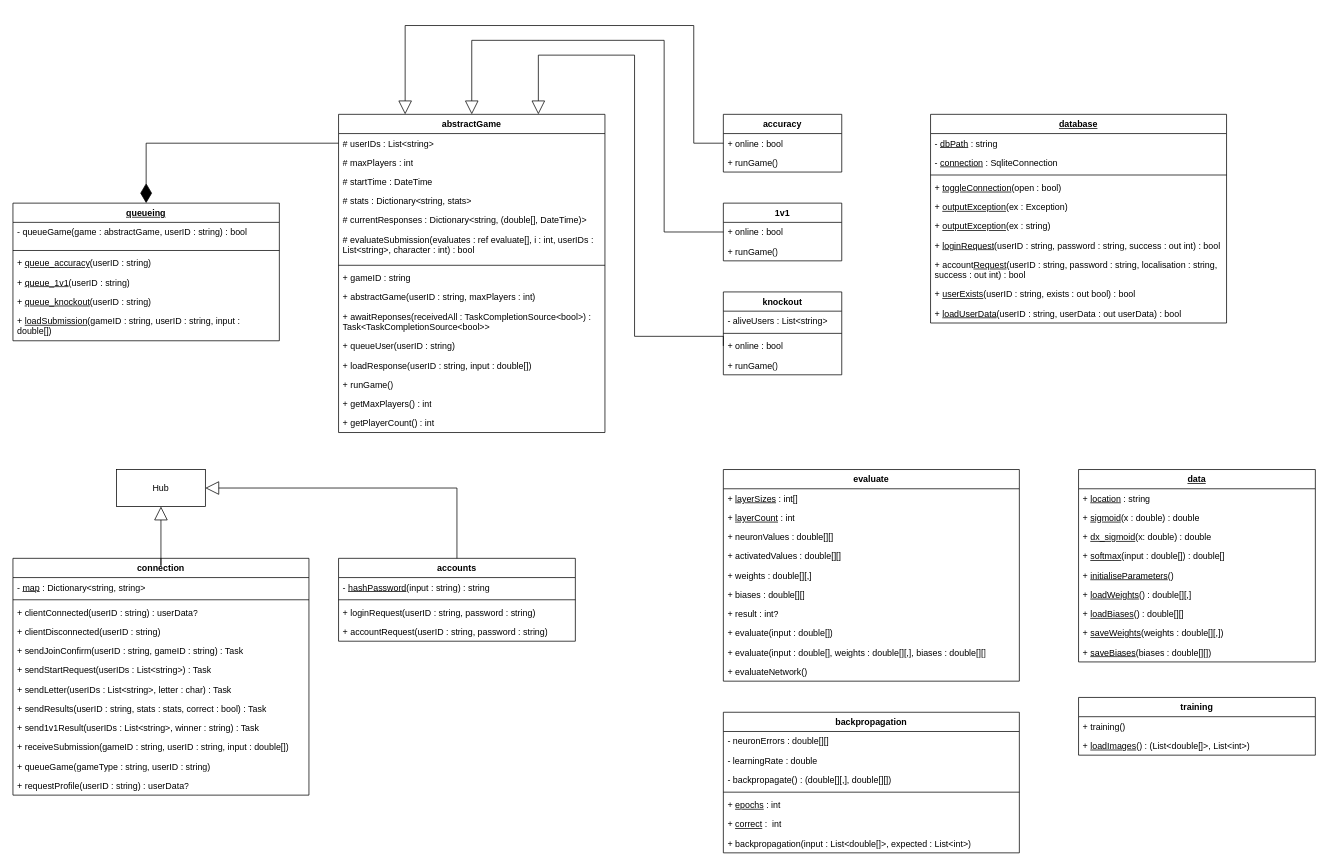
Earlier version of the draw.io diagram server-app/server-app/databases/server-class-diagram.drawio (naiquire/cs-nea). Source tidied: cells renumbered, new cells numbered last; positions are measured from the earlier drawing's top-left corner, leaving out a move shared by most shapes. Both pictures are drawn from the tidied source at 74%, with x=0, y=0 at pixel (13, 25).
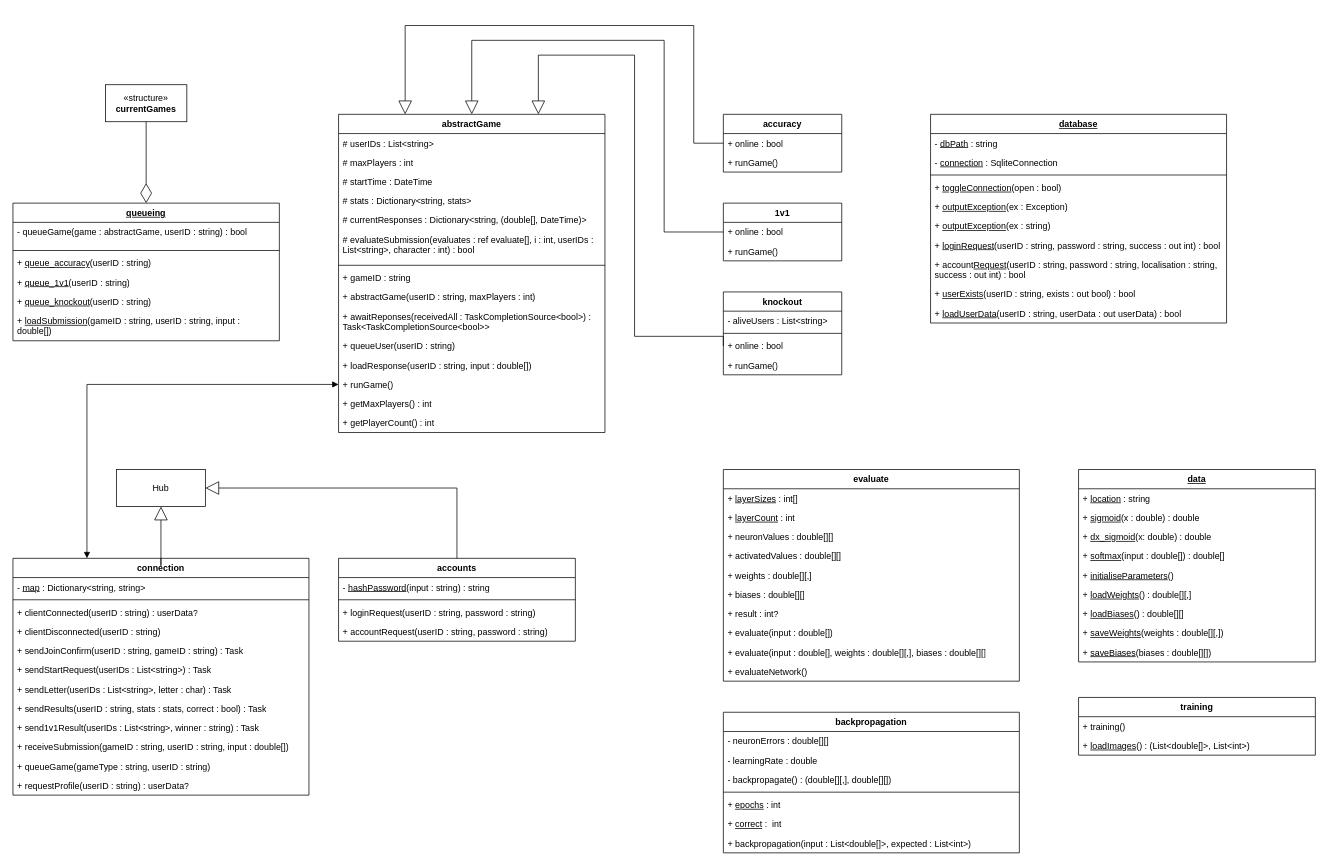
The same page after the edit.

Unchanged cells that the change refers to:
```xml
<mxCell id="3" value="# userIDs : List&amp;lt;string&amp;gt;" style="text;strokeColor=none;fillColor=none;align=left;verticalAlign=top;spacingLeft=4;spacingRight=4;overflow=hidden;points=[[0,0.5],[1,0.5]];portConstraint=eastwest;whiteSpace=wrap;html=1;" parent="2" vertex="1">
  <mxGeometry y="26" width="360" height="26" as="geometry" />
</mxCell>
<mxCell id="15" value="+ runGame()" style="text;strokeColor=none;fillColor=none;align=left;verticalAlign=top;spacingLeft=4;spacingRight=4;overflow=hidden;points=[[0,0.5],[1,0.5]];portConstraint=eastwest;whiteSpace=wrap;html=1;" parent="2" vertex="1">
  <mxGeometry y="352" width="360" height="26" as="geometry" />
</mxCell>
<mxCell id="38" value="connection" style="swimlane;fontStyle=1;align=center;verticalAlign=top;horizontal=1;startSize=26;whiteSpace=wrap;html=1;" parent="1" vertex="1">
  <mxGeometry y="720" width="400" height="320" as="geometry" />
</mxCell>
<mxCell id="96" value="&lt;u&gt;queueing&lt;/u&gt;" style="swimlane;fontStyle=1;align=center;verticalAlign=top;horizontal=1;startSize=26;whiteSpace=wrap;html=1;" parent="1" vertex="1">
  <mxGeometry y="240" width="360" height="186" as="geometry" />
</mxCell>
```

What changed in the source:
```diff
@@
-    <mxCell id="103" style="endArrow=diamondThin;endFill=1;endSize=24;html=1;rounded=0;fontSize=12;entryX=0.5;entryY=0;entryDx=0;entryDy=0;exitX=0;exitY=0.5;exitDx=0;exitDy=0;edgeStyle=orthogonalEdgeStyle;" parent="1" edge="1" source="3" target="96">
-      <mxGeometry relative="1" as="geometry">
-        <Array as="points">
-          <mxPoint x="180" y="159" />
-        </Array>
-      </mxGeometry>
-    </mxCell>
+    <mxCell id="104" value="«structure»&lt;br&gt;&lt;b&gt;currentGames&lt;/b&gt;" style="html=1;whiteSpace=wrap;" parent="1" vertex="1">
+      <mxGeometry x="125" y="80" width="110" height="50" as="geometry" />
+    </mxCell>
+    <mxCell id="105" style="endArrow=block;startArrow=block;endFill=1;startFill=1;html=1;rounded=0;exitX=0.25;exitY=0;exitDx=0;exitDy=0;entryX=0;entryY=0.5;entryDx=0;entryDy=0;edgeStyle=orthogonalEdgeStyle;" parent="1" edge="1" source="38" target="15">
+      <mxGeometry relative="1" as="geometry" />
+    </mxCell>
+    <mxCell id="106" style="endArrow=diamondThin;endFill=0;endSize=24;html=1;rounded=0;exitX=0.5;exitY=1;exitDx=0;exitDy=0;entryX=0.5;entryY=0;entryDx=0;entryDy=0;" parent="1" edge="1" source="104" target="96">
+      <mxGeometry relative="1" as="geometry" />
+    </mxCell>
```
